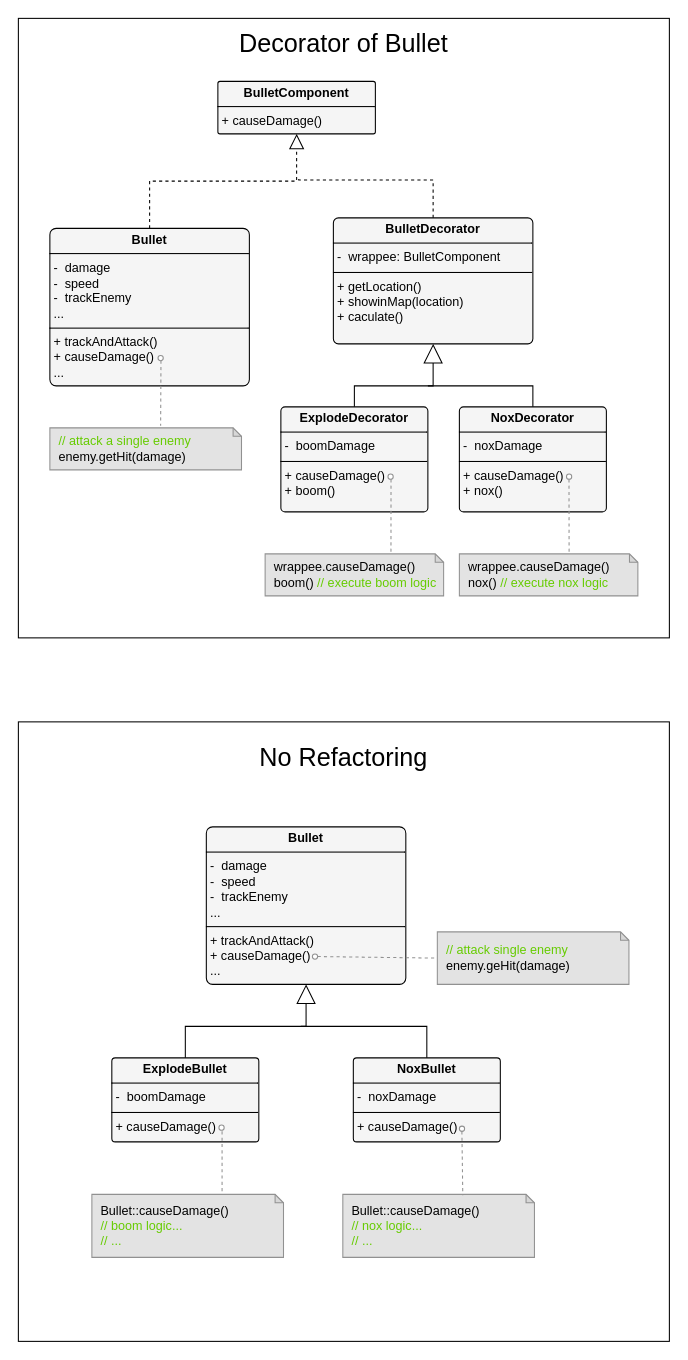
Earlier version of the draw.io diagram page "Decorator" (5 of 7) of 文档/URL.drawio (QinCheng0928/Cocos2d). Source tidied: cells renumbered, new cells numbered last; positions are measured from the earlier drawing's top-left corner, leaving out a move shared by most shapes. Both pictures are drawn from the tidied source at 105%, with x=0, y=0 at pixel (18, 18).
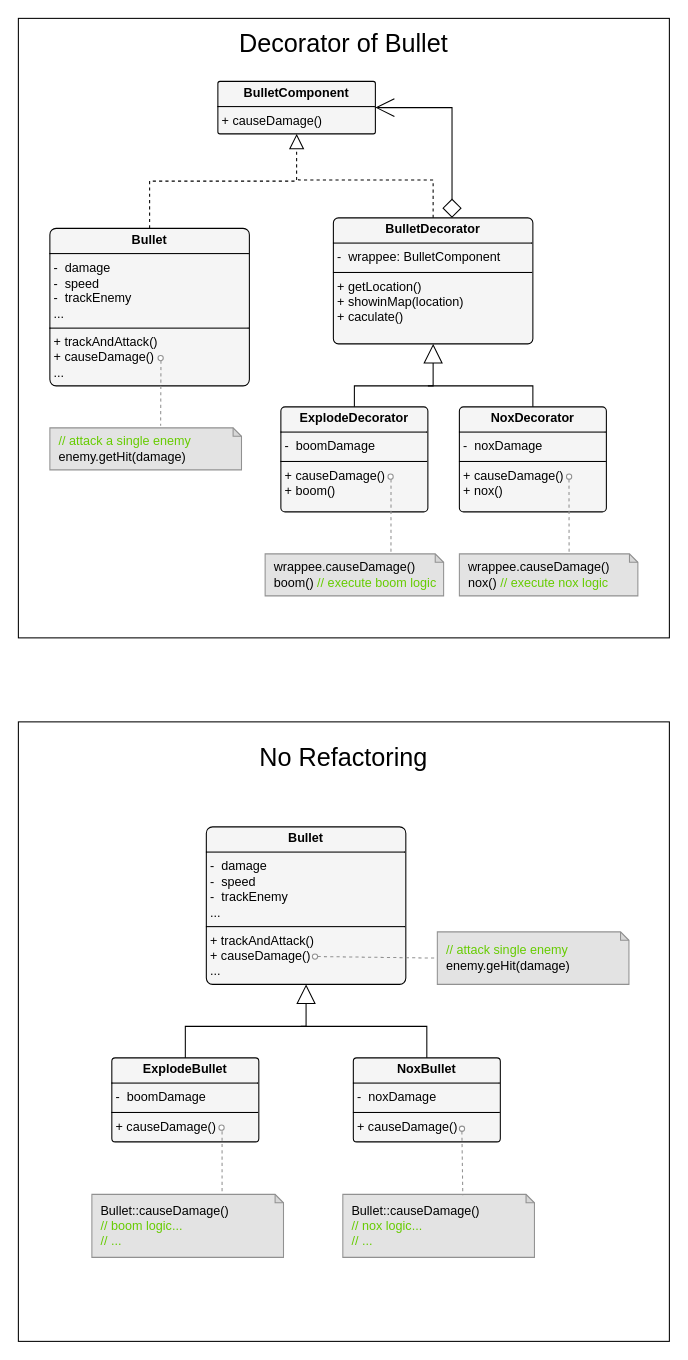
After the change.

Unchanged cells that the change refers to:
```xml
<mxCell id="7" value="&lt;p style=&quot;margin:0px;margin-top:4px;text-align:center;&quot;&gt;&lt;b&gt;BulletComponent&lt;/b&gt;&lt;/p&gt;&lt;hr size=&quot;1&quot; style=&quot;border-style:solid;&quot;&gt;&lt;p style=&quot;margin:0px;margin-left:4px;&quot;&gt;+ causeDamage()&lt;br&gt;&lt;/p&gt;" style="verticalAlign=top;align=left;overflow=fill;html=1;whiteSpace=wrap;rounded=1;arcSize=4;fillColor=#F5F5F5;" parent="1" vertex="1">
  <mxGeometry x="190" y="60" width="150" height="50" as="geometry" />
</mxCell>
<mxCell id="9" value="&lt;p style=&quot;margin:0px;margin-top:4px;text-align:center;&quot;&gt;&lt;b&gt;BulletDecorator&lt;/b&gt;&lt;/p&gt;&lt;hr size=&quot;1&quot; style=&quot;border-style:solid;&quot;&gt;&lt;p style=&quot;margin:0px;margin-left:4px;&quot;&gt;-&amp;nbsp; wrappee: BulletComponent&lt;/p&gt;&lt;hr size=&quot;1&quot; style=&quot;border-style:solid;&quot;&gt;&lt;p style=&quot;margin:0px;margin-left:4px;&quot;&gt;+ getLocation()&lt;br&gt;+ showinMap(location)&lt;/p&gt;&lt;p style=&quot;margin:0px;margin-left:4px;&quot;&gt;+ caculate()&lt;/p&gt;" style="verticalAlign=top;align=left;overflow=fill;html=1;whiteSpace=wrap;fillColor=#F5F5F5;rounded=1;arcSize=4;" parent="1" vertex="1">
  <mxGeometry x="300" y="190" width="190" height="120" as="geometry" />
</mxCell>
```

The edit, as a diff of the source:
```diff
@@
+    <mxCell id="38" style="endArrow=open;html=1;rounded=0;edgeStyle=orthogonalEdgeStyle;startArrow=diamond;startFill=0;startSize=16;endFill=0;endSize=16;" parent="1" edge="1" source="9" target="7">
+      <mxGeometry relative="1" as="geometry">
+        <Array as="points">
+          <mxPoint x="413" y="85" />
+        </Array>
+      </mxGeometry>
+    </mxCell>
```
